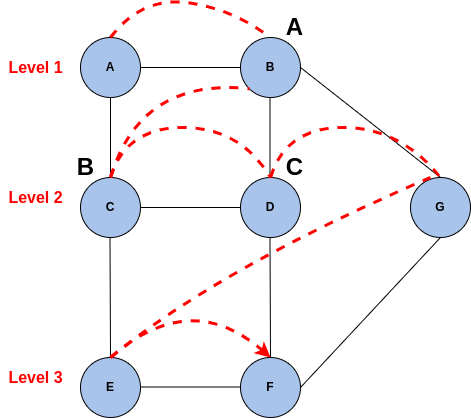
Before: graph/ssspp/img/bfs.png, a diagram exported from draw.io (shirinyamani/Algorithms). Source tidied: cells renumbered, new cells last; positions are measured from the earlier drawing's top-left corner, leaving out a move shared by most shapes.
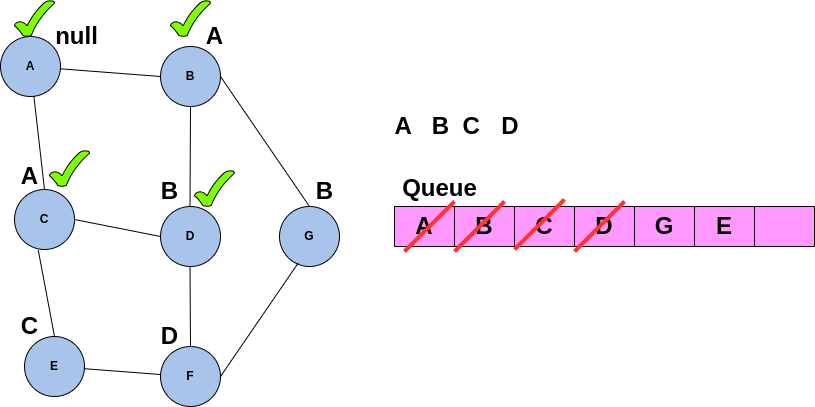
Later version of the same file.

Change to the diagram source:
```diff
@@ -3,62 +3,50 @@
     <mxCell id="0" />
     <mxCell id="1" parent="0" />
     <mxCell id="2" value="A" style="ellipse;whiteSpace=wrap;html=1;fillColor=#A9C4EB;fontStyle=1;" parent="1" vertex="1">
-      <mxGeometry x="80" y="40" width="60" height="60" as="geometry" />
+      <mxGeometry x="80" y="10" width="60" height="60" as="geometry" />
     </mxCell>
     <mxCell id="3" value="B" style="ellipse;whiteSpace=wrap;html=1;fillColor=#A9C4EB;fontStyle=1;" parent="1" vertex="1">
-      <mxGeometry x="240" y="40" width="60" height="60" as="geometry" />
+      <mxGeometry x="240" y="20" width="60" height="60" as="geometry" />
     </mxCell>
     <mxCell id="4" value="C" style="ellipse;whiteSpace=wrap;html=1;fillColor=#A9C4EB;fontStyle=1;" parent="1" vertex="1">
-      <mxGeometry x="80" y="180" width="60" height="60" as="geometry" />
+      <mxGeometry x="94" y="163" width="60" height="60" as="geometry" />
     </mxCell>
     <mxCell id="5" value="D" style="ellipse;whiteSpace=wrap;html=1;fillColor=#A9C4EB;fontStyle=1;" parent="1" vertex="1">
       <mxGeometry x="240" y="180" width="60" height="60" as="geometry" />
     </mxCell>
     <mxCell id="6" value="G" style="ellipse;whiteSpace=wrap;html=1;fillColor=#A9C4EB;fontStyle=1;" parent="1" vertex="1">
-      <mxGeometry x="410" y="180" width="60" height="60" as="geometry" />
+      <mxGeometry x="359" y="180" width="60" height="60" as="geometry" />
     </mxCell>
     <mxCell id="7" value="E" style="ellipse;whiteSpace=wrap;html=1;fillColor=#A9C4EB;fontStyle=1;" parent="1" vertex="1">
-      <mxGeometry x="80" y="360" width="60" height="60" as="geometry" />
+      <mxGeometry x="104" y="310" width="60" height="60" as="geometry" />
     </mxCell>
     <mxCell id="8" value="F" style="ellipse;whiteSpace=wrap;html=1;fillColor=#A9C4EB;fontStyle=1;" parent="1" vertex="1">
-      <mxGeometry x="240" y="360" width="60" height="60" as="geometry" />
+      <mxGeometry x="240" y="320" width="60" height="60" as="geometry" />
     </mxCell>
-    <mxCell id="9" style="endArrow=none;html=1;rounded=0;entryX=0;entryY=0.5;entryDx=0;entryDy=0;fontStyle=1;" parent="1" edge="1" target="3">
-      <mxGeometry relative="1" as="geometry">
-        <mxPoint x="140" y="70" as="sourcePoint" />
-      </mxGeometry>
+    <mxCell id="9" style="endArrow=none;html=1;rounded=0;entryX=0;entryY=0.5;entryDx=0;entryDy=0;fontStyle=1;" parent="1" edge="1" source="2" target="3">
+      <mxGeometry relative="1" as="geometry" />
     </mxCell>
     <mxCell id="10" style="endArrow=none;html=1;rounded=0;exitX=1;exitY=0.5;exitDx=0;exitDy=0;entryX=0.5;entryY=0;entryDx=0;entryDy=0;fontStyle=1;" parent="1" edge="1" source="3" target="6">
       <mxGeometry relative="1" as="geometry" />
     </mxCell>
-    <mxCell id="11" style="endArrow=none;html=1;rounded=0;exitX=0.5;exitY=0;exitDx=0;exitDy=0;fontStyle=1;" parent="1" edge="1" source="4">
-      <mxGeometry relative="1" as="geometry">
-        <mxPoint x="110" y="100" as="targetPoint" />
-      </mxGeometry>
+    <mxCell id="11" style="endArrow=none;html=1;rounded=0;exitX=0.5;exitY=0;exitDx=0;exitDy=0;fontStyle=1;" parent="1" edge="1" source="4" target="2">
+      <mxGeometry relative="1" as="geometry" />
     </mxCell>
-    <mxCell id="12" style="endArrow=none;html=1;rounded=0;exitX=0.5;exitY=0;exitDx=0;exitDy=0;fontStyle=1;" parent="1" edge="1" source="7">
-      <mxGeometry relative="1" as="geometry">
-        <mxPoint x="109.5" y="240" as="targetPoint" />
-      </mxGeometry>
+    <mxCell id="12" style="endArrow=none;html=1;rounded=0;exitX=0.5;exitY=0;exitDx=0;exitDy=0;fontStyle=1;entryX=0.396;entryY=1.009;entryDx=0;entryDy=0;entryPerimeter=0;" parent="1" edge="1" source="7" target="4">
+      <mxGeometry relative="1" as="geometry" />
     </mxCell>
     <mxCell id="13" style="endArrow=none;html=1;rounded=0;exitX=0;exitY=0.5;exitDx=0;exitDy=0;entryX=1;entryY=0.5;entryDx=0;entryDy=0;fontStyle=1;" parent="1" edge="1" source="5" target="4">
       <mxGeometry relative="1" as="geometry" />
     </mxCell>
-    <mxCell id="14" style="endArrow=none;html=1;rounded=0;exitX=0;exitY=0.5;exitDx=0;exitDy=0;entryX=1;entryY=0.5;entryDx=0;entryDy=0;fontStyle=1;" parent="1" edge="1">
-      <mxGeometry relative="1" as="geometry">
-        <mxPoint x="240" y="389.5" as="sourcePoint" />
-        <mxPoint x="140" y="389.5" as="targetPoint" />
-      </mxGeometry>
+    <mxCell id="14" style="endArrow=none;html=1;rounded=0;fontStyle=1;" parent="1" edge="1" source="8" target="7">
+      <mxGeometry relative="1" as="geometry" />
     </mxCell>
-    <mxCell id="15" style="endArrow=none;html=1;rounded=0;exitX=0;exitY=0.5;exitDx=0;exitDy=0;entryX=1;entryY=0.5;entryDx=0;entryDy=0;fontStyle=1;" parent="1" edge="1" target="8">
-      <mxGeometry relative="1" as="geometry">
-        <mxPoint x="440" y="240" as="sourcePoint" />
-      </mxGeometry>
+    <mxCell id="15" style="endArrow=none;html=1;rounded=0;exitX=0.309;exitY=0.946;exitDx=0;exitDy=0;entryX=1;entryY=0.5;entryDx=0;entryDy=0;fontStyle=1;exitPerimeter=0;" parent="1" edge="1" source="6" target="8">
+      <mxGeometry relative="1" as="geometry" />
     </mxCell>
-    <mxCell id="16" style="endArrow=none;html=1;rounded=0;exitX=0.5;exitY=0;exitDx=0;exitDy=0;fontStyle=1;" parent="1" edge="1">
+    <mxCell id="16" style="endArrow=none;html=1;rounded=0;exitX=0.5;exitY=0;exitDx=0;exitDy=0;fontStyle=1;entryX=0.5;entryY=1;entryDx=0;entryDy=0;" parent="1" edge="1" target="3">
       <mxGeometry relative="1" as="geometry">
         <mxPoint x="269.5" y="180" as="sourcePoint" />
-        <mxPoint x="269.5" y="100" as="targetPoint" />
       </mxGeometry>
     </mxCell>
     <mxCell id="17" style="endArrow=none;html=1;rounded=0;exitX=0.5;exitY=0;exitDx=0;exitDy=0;fontStyle=1;" parent="1" edge="1" source="8">
@@ -66,75 +54,95 @@
         <mxPoint x="269.5" y="240" as="targetPoint" />
       </mxGeometry>
     </mxCell>
-    <mxCell id="18" value="&lt;span&gt;&lt;font style=&quot;font-size: 16px&quot; color=&quot;#ff0000&quot;&gt;Level 1&lt;/font&gt;&lt;/span&gt;" style="text;html=1;align=center;verticalAlign=middle;strokeColor=none;fillColor=none;fontStyle=1;" parent="1" vertex="1">
-      <mxGeometry y="60" width="70" height="20" as="geometry" />
-    </mxCell>
-    <mxCell id="19" style="endArrow=none;html=1;rounded=1;dashed=1;fontSize=16;fontColor=#FF0000;strokeColor=#FF0000;strokeWidth=3;curved=1;entryX=0.5;entryY=0;entryDx=0;entryDy=0;fontStyle=1;" parent="1" edge="1" target="3">
-      <mxGeometry relative="1" as="geometry">
-        <mxPoint x="110" y="40" as="sourcePoint" />
-        <Array as="points">
-          <mxPoint x="140" />
-          <mxPoint x="230" y="10" />
-        </Array>
-      </mxGeometry>
-    </mxCell>
-    <mxCell id="20" style="endArrow=none;dashed=1;html=1;rounded=1;fontSize=16;fontColor=#FF0000;strokeColor=#FF0000;strokeWidth=3;curved=1;exitX=0.5;exitY=0;exitDx=0;exitDy=0;entryX=0;entryY=1;entryDx=0;entryDy=0;fontStyle=1;" parent="1" edge="1" source="4" target="3">
-      <mxGeometry relative="1" as="geometry">
-        <Array as="points">
-          <mxPoint x="140" y="80" />
-        </Array>
-      </mxGeometry>
-    </mxCell>
-    <mxCell id="21" style="endArrow=none;html=1;rounded=1;dashed=1;fontSize=16;fontColor=#FF0000;strokeColor=#FF0000;strokeWidth=3;curved=1;entryX=0.5;entryY=0;entryDx=0;entryDy=0;fontStyle=1;" parent="1" edge="1">
-      <mxGeometry relative="1" as="geometry">
-        <mxPoint x="110" y="180" as="sourcePoint" />
-        <mxPoint x="270" y="180" as="targetPoint" />
-        <Array as="points">
-          <mxPoint x="125" y="130" />
-          <mxPoint x="240" y="130" />
-        </Array>
-      </mxGeometry>
-    </mxCell>
-    <mxCell id="22" style="endArrow=none;html=1;rounded=1;dashed=1;fontSize=16;fontColor=#FF0000;strokeColor=#FF0000;strokeWidth=3;curved=1;fontStyle=1;" parent="1" edge="1">
-      <mxGeometry relative="1" as="geometry">
-        <mxPoint x="270" y="180" as="sourcePoint" />
-        <mxPoint x="440" y="180" as="targetPoint" />
-        <Array as="points">
-          <mxPoint x="285" y="130" />
-          <mxPoint x="400" y="130" />
-        </Array>
-      </mxGeometry>
-    </mxCell>
-    <mxCell id="23" style="endArrow=classic;html=1;rounded=1;dashed=1;fontSize=16;fontColor=#FF0000;strokeColor=#FF0000;strokeWidth=3;curved=1;entryX=0.5;entryY=0;entryDx=0;entryDy=0;fontStyle=1;" parent="1" edge="1" target="8">
-      <mxGeometry relative="1" as="geometry">
-        <mxPoint x="110" y="360" as="sourcePoint" />
-        <Array as="points">
-          <mxPoint x="190" y="290" />
-        </Array>
-      </mxGeometry>
-    </mxCell>
-    <mxCell id="24" value="&lt;span&gt;&lt;font style=&quot;font-size: 16px&quot; color=&quot;#ff0000&quot;&gt;Level 2&lt;/font&gt;&lt;/span&gt;&lt;span style=&quot;color: rgba(0 , 0 , 0 , 0) ; font-family: monospace ; font-size: 0px&quot;&gt;%3CmxGraphModel%3E%3Croot%3E%3CmxCell%20id%3D%220%22%2F%3E%3CmxCell%20id%3D%221%22%20parent%3D%220%22%2F%3E%3CmxCell%20id%3D%222%22%20value%3D%22%26lt%3Bb%26gt%3B%26lt%3Bfont%20style%3D%26quot%3Bfont-size%3A%2016px%26quot%3B%20color%3D%26quot%3B%23ff0000%26quot%3B%26gt%3BLevel%201%26lt%3B%2Ffont%26gt%3B%26lt%3B%2Fb%26gt%3B%22%20style%3D%22text%3Bhtml%3D1%3Balign%3Dcenter%3BverticalAlign%3Dmiddle%3Bresizable%3D0%3Bpoints%3D%5B%5D%3Bautosize%3D1%3BstrokeColor%3Dnone%3BfillColor%3Dnone%3B%22%20vertex%3D%221%22%20parent%3D%221%22%3E%3CmxGeometry%20x%3D%22120%22%20y%3D%22110%22%20width%3D%2270%22%20height%3D%2220%22%20as%3D%22geometry%22%2F%3E%3C%2FmxCell%3E%3C%2Froot%3E%3C%2FmxGraphModel%3E&lt;/span&gt;" style="text;html=1;align=center;verticalAlign=middle;strokeColor=none;fillColor=none;fontStyle=1;" parent="1" vertex="1">
-      <mxGeometry y="185" width="70" height="30" as="geometry" />
-    </mxCell>
-    <mxCell id="25" value="&lt;span&gt;&lt;font style=&quot;font-size: 16px&quot; color=&quot;#ff0000&quot;&gt;Level 3&lt;/font&gt;&lt;/span&gt;" style="text;html=1;align=center;verticalAlign=middle;strokeColor=none;fillColor=none;fontStyle=1;" parent="1" vertex="1">
-      <mxGeometry y="370" width="70" height="20" as="geometry" />
-    </mxCell>
-    <mxCell id="26" style="endArrow=none;dashed=1;html=1;rounded=1;fontSize=16;fontColor=#FF0000;strokeColor=#FF0000;strokeWidth=3;curved=1;exitX=0.5;exitY=0;exitDx=0;exitDy=0;fontStyle=1;" parent="1" edge="1" source="7">
-      <mxGeometry relative="1" as="geometry">
-        <mxPoint x="430" y="180" as="targetPoint" />
-        <Array as="points">
-          <mxPoint x="220" y="270" />
-        </Array>
-      </mxGeometry>
-    </mxCell>
-    <mxCell id="27" value="&lt;b&gt;&lt;font style=&quot;font-size: 24px&quot;&gt;A&lt;/font&gt;&lt;/b&gt;" style="text;html=1;align=center;verticalAlign=middle;strokeColor=none;fillColor=none;" parent="1" vertex="1">
-      <mxGeometry x="279" y="20" width="30" height="20" as="geometry" />
+    <mxCell id="27" value="&lt;span&gt;&lt;font style=&quot;font-size: 24px&quot;&gt;A&lt;/font&gt;&lt;/span&gt;" style="text;html=1;align=center;verticalAlign=middle;strokeColor=none;fillColor=none;fontStyle=1;" parent="1" vertex="1">
+      <mxGeometry x="279" width="30" height="20" as="geometry" />
     </mxCell>
-    <mxCell id="28" value="&lt;b&gt;&lt;font style=&quot;font-size: 24px&quot;&gt;B&lt;/font&gt;&lt;/b&gt;&lt;span style=&quot;color: rgba(0 , 0 , 0 , 0) ; font-family: monospace ; font-size: 0px&quot;&gt;%3CmxGraphModel%3E%3Croot%3E%3CmxCell%20id%3D%220%22%2F%3E%3CmxCell%20id%3D%221%22%20parent%3D%220%22%2F%3E%3CmxCell%20id%3D%222%22%20value%3D%22%26lt%3Bb%26gt%3B%26lt%3Bfont%20style%3D%26quot%3Bfont-size%3A%2024px%26quot%3B%26gt%3BA%26lt%3B%2Ffont%26gt%3B%26lt%3B%2Fb%26gt%3B%22%20style%3D%22text%3Bhtml%3D1%3Balign%3Dcenter%3BverticalAlign%3Dmiddle%3Bresizable%3D0%3Bpoints%3D%5B%5D%3Bautosize%3D1%3BstrokeColor%3Dnone%3BfillColor%3Dnone%3B%22%20vertex%3D%221%22%20parent%3D%221%22%3E%3CmxGeometry%20x%3D%22440%22%20y%3D%22160%22%20width%3D%2230%22%20height%3D%2220%22%20as%3D%22geometry%22%2F%3E%3C%2FmxCell%3E%3C%2Froot%3E%3C%2FmxGraphModel%3E&lt;/span&gt;" style="text;html=1;align=center;verticalAlign=middle;strokeColor=none;fillColor=none;" parent="1" vertex="1">
-      <mxGeometry x="70" y="155" width="30" height="30" as="geometry" />
+    <mxCell id="28" value="&lt;span&gt;&lt;font style=&quot;font-size: 24px&quot;&gt;B&lt;/font&gt;&lt;/span&gt;&lt;span style=&quot;color: rgba(0 , 0 , 0 , 0) ; font-family: monospace ; font-size: 0px&quot;&gt;%3CmxGraphModel%3E%3Croot%3E%3CmxCell%20id%3D%220%22%2F%3E%3CmxCell%20id%3D%221%22%20parent%3D%220%22%2F%3E%3CmxCell%20id%3D%222%22%20value%3D%22%26lt%3Bb%26gt%3B%26lt%3Bfont%20style%3D%26quot%3Bfont-size%3A%2024px%26quot%3B%26gt%3BA%26lt%3B%2Ffont%26gt%3B%26lt%3B%2Fb%26gt%3B%22%20style%3D%22text%3Bhtml%3D1%3Balign%3Dcenter%3BverticalAlign%3Dmiddle%3Bresizable%3D0%3Bpoints%3D%5B%5D%3Bautosize%3D1%3BstrokeColor%3Dnone%3BfillColor%3Dnone%3B%22%20vertex%3D%221%22%20parent%3D%221%22%3E%3CmxGeometry%20x%3D%22440%22%20y%3D%22160%22%20width%3D%2230%22%20height%3D%2220%22%20as%3D%22geometry%22%2F%3E%3C%2FmxCell%3E%3C%2Froot%3E%3C%2FmxGraphModel%3E&lt;/span&gt;" style="text;html=1;align=center;verticalAlign=middle;strokeColor=none;fillColor=none;fontStyle=1;" parent="1" vertex="1">
+      <mxGeometry x="234" y="150" width="30" height="30" as="geometry" />
     </mxCell>
-    <mxCell id="29" value="&lt;b&gt;&lt;font style=&quot;font-size: 24px&quot;&gt;C&lt;/font&gt;&lt;/b&gt;" style="text;html=1;align=center;verticalAlign=middle;strokeColor=none;fillColor=none;" parent="1" vertex="1">
-      <mxGeometry x="279" y="160" width="30" height="20" as="geometry" />
+    <mxCell id="29" value="&lt;span&gt;&lt;font style=&quot;font-size: 24px&quot;&gt;C&lt;/font&gt;&lt;/span&gt;" style="text;html=1;align=center;verticalAlign=middle;strokeColor=none;fillColor=none;fontStyle=1;" parent="1" vertex="1">
+      <mxGeometry x="94" y="290" width="30" height="20" as="geometry" />
     </mxCell>
+    <mxCell id="30" value="&lt;span&gt;&lt;font style=&quot;font-size: 24px&quot;&gt;B&lt;/font&gt;&lt;/span&gt;&lt;span style=&quot;color: rgba(0 , 0 , 0 , 0) ; font-family: monospace ; font-size: 0px&quot;&gt;%3CmxGraphModel%3E%3Croot%3E%3CmxCell%20id%3D%220%22%2F%3E%3CmxCell%20id%3D%221%22%20parent%3D%220%22%2F%3E%3CmxCell%20id%3D%222%22%20value%3D%22%26lt%3Bb%26gt%3B%26lt%3Bfont%20style%3D%26quot%3Bfont-size%3A%2024px%26quot%3B%26gt%3BA%26lt%3B%2Ffont%26gt%3B%26lt%3B%2Fb%26gt%3B%22%20style%3D%22text%3Bhtml%3D1%3Balign%3Dcenter%3BverticalAlign%3Dmiddle%3Bresizable%3D0%3Bpoints%3D%5B%5D%3Bautosize%3D1%3BstrokeColor%3Dnone%3BfillColor%3Dnone%3B%22%20vertex%3D%221%22%20parent%3D%221%22%3E%3CmxGeometry%20x%3D%22440%22%20y%3D%22160%22%20width%3D%2230%22%20height%3D%2220%22%20as%3D%22geometry%22%2F%3E%3C%2FmxCell%3E%3C%2Froot%3E%3C%2FmxGraphModel%3E&lt;/span&gt;" style="text;html=1;align=center;verticalAlign=middle;strokeColor=none;fillColor=none;fontStyle=1;" parent="1" vertex="1">
+      <mxGeometry x="389" y="150" width="30" height="30" as="geometry" />
+    </mxCell>
+    <mxCell id="31" value="&lt;span&gt;&lt;font style=&quot;font-size: 24px&quot;&gt;A&lt;/font&gt;&lt;/span&gt;" style="text;html=1;align=center;verticalAlign=middle;strokeColor=none;fillColor=none;fontStyle=1;" parent="1" vertex="1">
+      <mxGeometry x="94" y="140" width="30" height="20" as="geometry" />
+    </mxCell>
+    <mxCell id="32" value="&lt;span style=&quot;font-size: 24px&quot;&gt;&lt;span&gt;D&lt;/span&gt;&lt;/span&gt;" style="text;html=1;align=center;verticalAlign=middle;strokeColor=none;fillColor=none;fontStyle=1;" parent="1" vertex="1">
+      <mxGeometry x="234" y="300" width="30" height="20" as="geometry" />
+    </mxCell>
+    <mxCell id="33" value="&lt;span style=&quot;font-size: 24px&quot;&gt;&lt;span&gt;null&lt;/span&gt;&lt;/span&gt;" style="text;html=1;align=center;verticalAlign=middle;strokeColor=none;fillColor=none;fontStyle=1;" parent="1" vertex="1">
+      <mxGeometry x="126" width="60" height="20" as="geometry" />
+    </mxCell>
+    <mxCell id="34" style="shape=table;startSize=0;fontSize=24;fontStyle=1;fillColor=#FF99FF;" parent="1" vertex="1">
+      <mxGeometry x="474" y="180" width="420" height="40" as="geometry" />
+    </mxCell>
+    <mxCell id="35" style="shape=tableRow;horizontal=0;startSize=0;swimlaneHead=0;swimlaneBody=0;top=0;left=0;bottom=0;right=0;fillColor=none;fontSize=24;fontStyle=1;" parent="34" vertex="1">
+      <mxGeometry width="420" height="40" as="geometry" />
+    </mxCell>
+    <mxCell id="36" value="A" style="shape=partialRectangle;html=1;whiteSpace=wrap;overflow=hidden;fillColor=none;top=0;left=0;bottom=0;right=0;fontSize=24;fontStyle=1;" parent="35" vertex="1">
+      <mxGeometry width="60" height="40" as="geometry" />
+    </mxCell>
+    <mxCell id="37" value="B" style="shape=partialRectangle;html=1;whiteSpace=wrap;overflow=hidden;fillColor=none;top=0;left=0;bottom=0;right=0;fontSize=24;fontStyle=1;" parent="35" vertex="1">
+      <mxGeometry x="60" width="60" height="40" as="geometry" />
+    </mxCell>
+    <mxCell id="38" value="C" style="shape=partialRectangle;html=1;whiteSpace=wrap;overflow=hidden;fillColor=none;top=0;left=0;bottom=0;right=0;fontSize=24;fontStyle=1;" parent="35" vertex="1">
+      <mxGeometry x="120" width="60" height="40" as="geometry" />
+    </mxCell>
+    <mxCell id="39" value="D" style="shape=partialRectangle;html=1;whiteSpace=wrap;overflow=hidden;fillColor=none;top=0;left=0;bottom=0;right=0;fontSize=24;fontStyle=1;" parent="35" vertex="1">
+      <mxGeometry x="180" width="60" height="40" as="geometry" />
+    </mxCell>
+    <mxCell id="40" value="G" style="shape=partialRectangle;html=1;whiteSpace=wrap;overflow=hidden;fillColor=none;top=0;left=0;bottom=0;right=0;fontSize=24;fontStyle=1;" parent="35" vertex="1">
+      <mxGeometry x="240" width="60" height="40" as="geometry" />
+    </mxCell>
+    <mxCell id="41" value="E" style="shape=partialRectangle;html=1;whiteSpace=wrap;overflow=hidden;fillColor=none;top=0;left=0;bottom=0;right=0;fontSize=24;fontStyle=1;" parent="35" vertex="1">
+      <mxGeometry x="300" width="60" height="40" as="geometry" />
+    </mxCell>
+    <mxCell id="42" style="shape=partialRectangle;html=1;whiteSpace=wrap;overflow=hidden;fillColor=none;top=0;left=0;bottom=0;right=0;fontSize=24;fontStyle=1;" parent="35" vertex="1">
+      <mxGeometry x="360" width="60" height="40" as="geometry" />
+    </mxCell>
+    <mxCell id="43" value="&lt;span style=&quot;font-size: 24px&quot;&gt;&lt;span&gt;Queue&lt;/span&gt;&lt;/span&gt;" style="text;html=1;align=center;verticalAlign=middle;strokeColor=none;fillColor=none;fontStyle=1;" parent="1" vertex="1">
+      <mxGeometry x="474" y="152" width="90" height="20" as="geometry" />
+    </mxCell>
+    <mxCell id="44" value="&lt;span&gt;&lt;font style=&quot;font-size: 24px&quot;&gt;A&amp;nbsp; &amp;nbsp;B&amp;nbsp; C&lt;span style=&quot;white-space: pre&quot;&gt;&#9;&lt;/span&gt;D&lt;span style=&quot;white-space: pre&quot;&gt;&#9;&lt;/span&gt;&lt;/font&gt;&lt;/span&gt;" style="text;html=1;align=center;verticalAlign=middle;strokeColor=none;fillColor=none;fontStyle=1;" parent="1" vertex="1">
+      <mxGeometry x="464" y="90" width="180" height="20" as="geometry" />
+    </mxCell>
+    <mxCell id="45" style="verticalLabelPosition=bottom;verticalAlign=top;html=1;shape=mxgraph.basic.tick;fontSize=15;fillColor=#80FF00;fontStyle=1;" parent="1" vertex="1">
+      <mxGeometry x="274" y="144" width="40" height="36" as="geometry" />
+    </mxCell>
+    <mxCell id="46" style="verticalLabelPosition=bottom;verticalAlign=top;html=1;shape=mxgraph.basic.tick;fontSize=15;fillColor=#80FF00;fontStyle=1;" parent="1" vertex="1">
+      <mxGeometry x="129" y="124" width="40" height="36" as="geometry" />
+    </mxCell>
+    <mxCell id="47" style="verticalLabelPosition=bottom;verticalAlign=top;html=1;shape=mxgraph.basic.tick;fontSize=15;fillColor=#80FF00;fontStyle=1;" parent="1" vertex="1">
+      <mxGeometry x="250" y="-26" width="40" height="36" as="geometry" />
+    </mxCell>
+    <mxCell id="48" style="verticalLabelPosition=bottom;verticalAlign=top;html=1;shape=mxgraph.basic.tick;fontSize=15;fillColor=#80FF00;fontStyle=1;" parent="1" vertex="1">
+      <mxGeometry x="94" y="-26" width="40" height="36" as="geometry" />
+    </mxCell>
+    <mxCell id="49" style="endArrow=none;html=1;rounded=0;fontSize=24;strokeWidth=4;strokeColor=#FF3333;" parent="1" edge="1">
+      <mxGeometry relative="1" as="geometry">
+        <mxPoint x="484" y="225" as="sourcePoint" />
+        <mxPoint x="534" y="175" as="targetPoint" />
+      </mxGeometry>
+    </mxCell>
+    <mxCell id="50" style="endArrow=none;html=1;rounded=0;fontSize=24;strokeWidth=4;strokeColor=#FF3333;" parent="1" edge="1">
+      <mxGeometry relative="1" as="geometry">
+        <mxPoint x="654" y="225" as="sourcePoint" />
+        <mxPoint x="704" y="175" as="targetPoint" />
+      </mxGeometry>
+    </mxCell>
+    <mxCell id="51" style="endArrow=none;html=1;rounded=0;fontSize=24;strokeWidth=4;strokeColor=#FF3333;" parent="1" edge="1">
+      <mxGeometry relative="1" as="geometry">
+        <mxPoint x="594" y="223" as="sourcePoint" />
+        <mxPoint x="644" y="173" as="targetPoint" />
+      </mxGeometry>
+    </mxCell>
+    <mxCell id="52" style="endArrow=none;html=1;rounded=0;fontSize=24;strokeWidth=4;strokeColor=#FF3333;" parent="1" edge="1">
+      <mxGeometry relative="1" as="geometry">
+        <mxPoint x="534" y="225" as="sourcePoint" />
+        <mxPoint x="584" y="175" as="targetPoint" />
+      </mxGeometry>
+    </mxCell>
   </root>
 </mxGraphModel>
```
